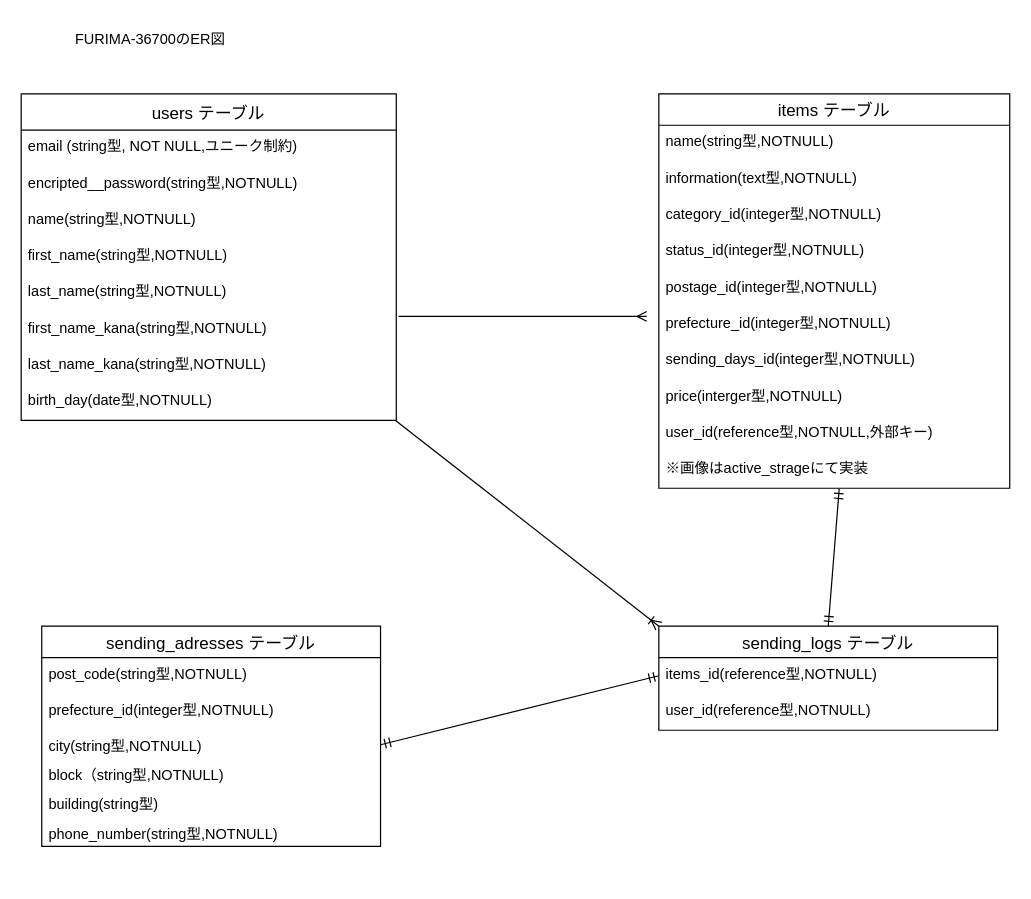
Takucap10/furima-36700 keeps this draw.io diagram as datebase.dio. Above is the earlier version. Source tidied: cells renumbered, new cells numbered last; positions are measured from the earlier drawing's top-left corner, leaving out a move shared by most shapes. Both pictures are drawn from the tidied source at 121%, with x=0, y=0 at pixel (21, 21).
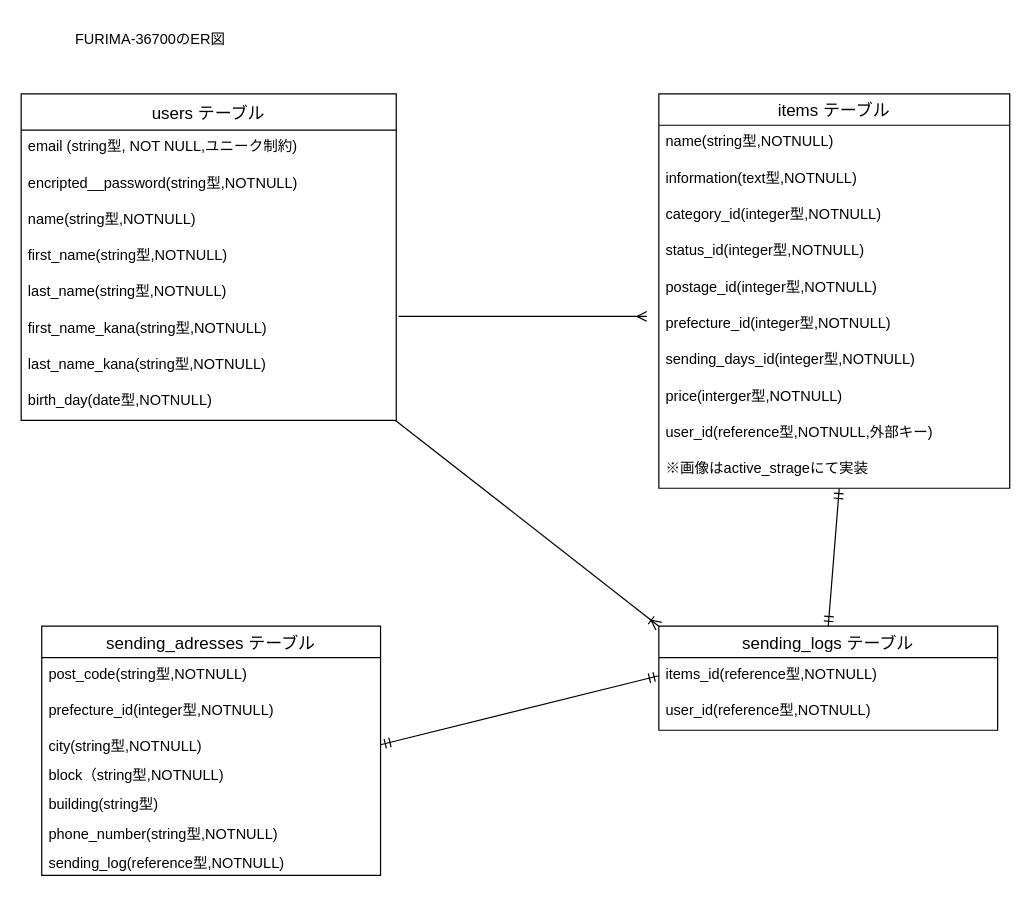
Above is the later version.

Commit message (it also covers changes not shown here):
データベース修正

Change to the diagram source:
```diff
@@
     <mxCell id="23" value="sending_adresses テーブル" style="swimlane;fontStyle=0;horizontal=1;startSize=26;align=center;fontSize=14;" parent="1" vertex="1">
-      <mxGeometry x="17" y="500" width="280" height="182" as="geometry" />
+      <mxGeometry x="17" y="500" width="280" height="206" as="geometry" />
     </mxCell>
@@
+    <mxCell id="37" value="phone_number(string型,NOTNULL)" style="text;strokeColor=none;fillColor=none;spacingLeft=4;spacingRight=4;overflow=hidden;fontSize=12;" parent="23" vertex="1">
+      <mxGeometry y="158" width="280" height="24" as="geometry" />
+    </mxCell>
-    <mxCell id="29" value="phone_number(string型,NOTNULL)" style="text;strokeColor=none;fillColor=none;spacingLeft=4;spacingRight=4;overflow=hidden;fontSize=12;" parent="23" vertex="1">
-      <mxGeometry y="158" width="280" height="24" as="geometry" />
+    <mxCell id="29" value="sending_log(reference型,NOTNULL)" style="text;strokeColor=none;fillColor=none;spacingLeft=4;spacingRight=4;overflow=hidden;fontSize=12;" parent="23" vertex="1">
+      <mxGeometry y="182" width="280" height="24" as="geometry" />
     </mxCell>
```
